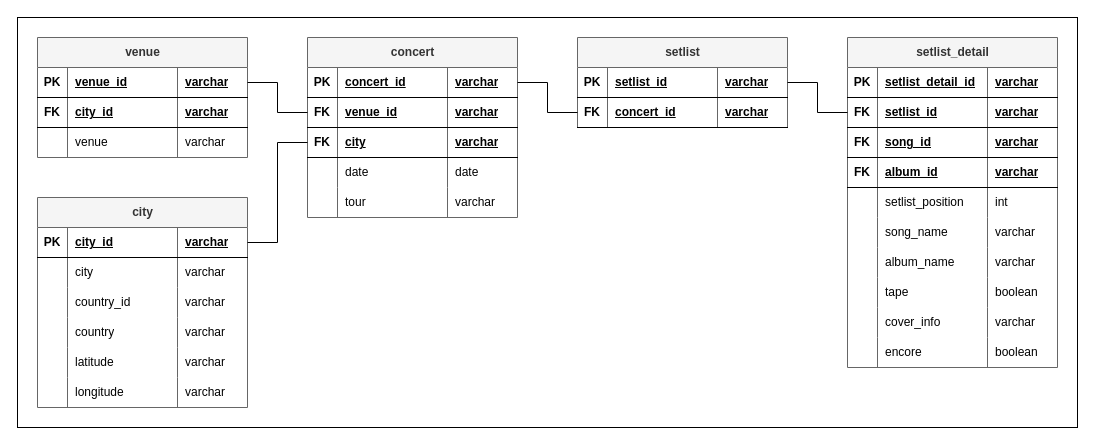
The draw.io diagram ER_diagram/im_concert_tracker_er_diagram.drawio in thomasjenny/im-concert-tracker, before the edit. Source tidied: cells renumbered, new cells numbered last; positions are measured from the earlier drawing's top-left corner, leaving out a move shared by most shapes. Both pictures are drawn from the tidied source at 100%, with x=0, y=0 at pixel (17, 17).
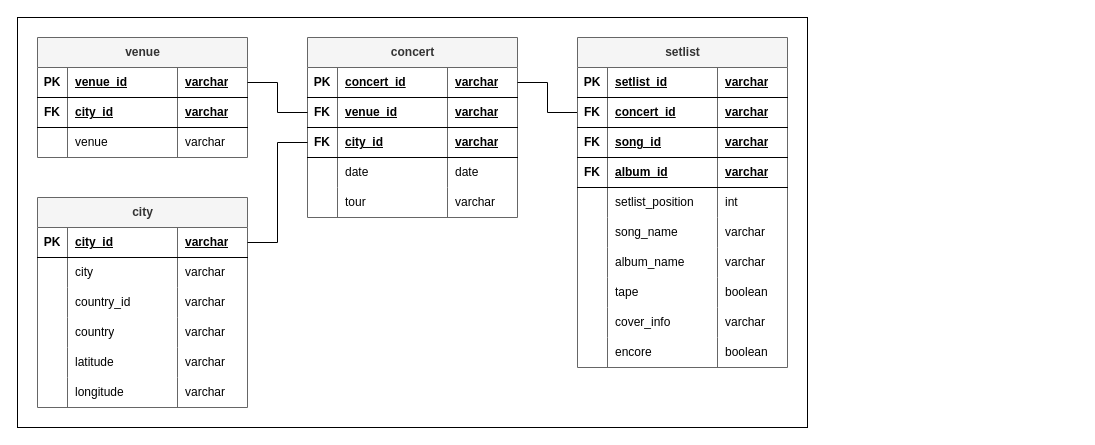
After the change.

Commit message (it also covers changes not shown here):
Adjust ER diagram

Unchanged cells that the change refers to:
```xml
<mxCell id="4" style="shape=tableRow;horizontal=0;startSize=0;swimlaneHead=0;swimlaneBody=0;fillColor=none;points=[[0,0.5],[1,0.5]];portConstraint=eastwest;top=0;left=0;right=0;bottom=1;" parent="3" vertex="1">
  <mxGeometry y="30" width="210" height="30" as="geometry" />
</mxCell>
<mxCell id="12" style="shape=tableRow;horizontal=0;startSize=0;swimlaneHead=0;swimlaneBody=0;fillColor=none;points=[[0,0.5],[1,0.5]];portConstraint=eastwest;top=0;left=0;right=0;bottom=1;" parent="3" vertex="1">
  <mxGeometry y="90" width="210" height="30" as="geometry" />
</mxCell>
<mxCell id="75" style="shape=tableRow;horizontal=0;startSize=0;swimlaneHead=0;swimlaneBody=0;fillColor=none;top=0;left=0;right=0;bottom=1;" parent="74" vertex="1">
  <mxGeometry y="30" width="210" height="30" as="geometry" />
</mxCell>
<mxCell id="79" style="shape=tableRow;horizontal=0;startSize=0;swimlaneHead=0;swimlaneBody=0;fillColor=none;points=[[0,0.5],[1,0.5]];portConstraint=eastwest;top=0;left=0;right=0;bottom=1;" parent="74" vertex="1">
  <mxGeometry y="60" width="210" height="30" as="geometry" />
</mxCell>
```

The edit, as a diff of the source:
```diff
@@
     <mxCell id="2" style="rounded=0;whiteSpace=wrap;html=1;" parent="1" vertex="1">
-      <mxGeometry width="1060" height="410" as="geometry" />
+      <mxGeometry width="790" height="410" as="geometry" />
     </mxCell>
@@
-    <mxCell id="14" value="city" style="shape=partialRectangle;fillColor=none;top=0;left=0;bottom=0;right=0;align=left;spacingLeft=6;fontStyle=5;overflow=hidden;whiteSpace=wrap;html=1;" parent="12" vertex="1">
+    <mxCell id="14" value="city_id" style="shape=partialRectangle;fillColor=none;top=0;left=0;bottom=0;right=0;align=left;spacingLeft=6;fontStyle=5;overflow=hidden;whiteSpace=wrap;html=1;" parent="12" vertex="1">
       <mxGeometry x="30" width="110" height="30" as="geometry" />
     </mxCell>
@@
-    <mxCell id="64" value="setlist" style="shape=table;startSize=30;childLayout=tableLayout;rowLines=0;fontStyle=1;align=center;html=1;swimlaneFillColor=#FFFFFF;fillColor=#f5f5f5;strokeColor=#666666;fontColor=#333333;" parent="1" vertex="1">
-      <mxGeometry x="560" y="20" width="210" height="90" as="geometry" />
-    </mxCell>
-    <mxCell id="65" style="shape=tableRow;horizontal=0;startSize=0;swimlaneHead=0;swimlaneBody=0;fillColor=none;points=[[0,0.5],[1,0.5]];portConstraint=eastwest;top=0;left=0;right=0;bottom=1;" parent="64" vertex="1">
-      <mxGeometry y="30" width="210" height="30" as="geometry" />
-    </mxCell>
-    <mxCell id="66" value="PK" style="shape=partialRectangle;fillColor=none;top=0;left=0;bottom=0;right=0;fontStyle=1;overflow=hidden;whiteSpace=wrap;html=1;" parent="65" vertex="1">
-      <mxGeometry width="30" height="30" as="geometry" />
-    </mxCell>
-    <mxCell id="67" value="setlist_id" style="shape=partialRectangle;fillColor=none;top=0;left=0;bottom=0;right=0;align=left;spacingLeft=6;fontStyle=5;overflow=hidden;whiteSpace=wrap;html=1;" parent="65" vertex="1">
-      <mxGeometry x="30" width="110" height="30" as="geometry" />
-    </mxCell>
-    <mxCell id="68" value="varchar" style="shape=partialRectangle;fillColor=none;top=0;left=0;bottom=0;right=0;align=left;spacingLeft=6;fontStyle=5;overflow=hidden;whiteSpace=wrap;html=1;" parent="65" vertex="1">
-      <mxGeometry x="140" width="70" height="30" as="geometry" />
-    </mxCell>
-    <mxCell id="69" style="shape=tableRow;horizontal=0;startSize=0;swimlaneHead=0;swimlaneBody=0;fillColor=none;points=[[0,0.5],[1,0.5]];portConstraint=eastwest;top=0;left=0;right=0;bottom=1;" parent="64" vertex="1">
-      <mxGeometry y="60" width="210" height="30" as="geometry" />
-    </mxCell>
-    <mxCell id="70" value="FK" style="shape=partialRectangle;fillColor=none;top=0;left=0;bottom=0;right=0;fontStyle=1;overflow=hidden;whiteSpace=wrap;html=1;" parent="69" vertex="1">
-      <mxGeometry width="30" height="30" as="geometry" />
-    </mxCell>
-    <mxCell id="71" value="concert_id" style="shape=partialRectangle;fillColor=none;top=0;left=0;bottom=0;right=0;align=left;spacingLeft=6;fontStyle=5;overflow=hidden;whiteSpace=wrap;html=1;" parent="69" vertex="1">
-      <mxGeometry x="30" width="110" height="30" as="geometry" />
-    </mxCell>
-    <mxCell id="72" value="varchar" style="shape=partialRectangle;fillColor=none;top=0;left=0;bottom=0;right=0;align=left;spacingLeft=6;fontStyle=5;overflow=hidden;whiteSpace=wrap;html=1;" parent="69" vertex="1">
-      <mxGeometry x="140" width="70" height="30" as="geometry" />
-    </mxCell>
-    <mxCell id="73" style="edgeStyle=orthogonalEdgeStyle;rounded=0;jettySize=auto;html=1;strokeColor=default;align=center;verticalAlign=middle;fontFamily=Helvetica;fontSize=11;fontColor=default;labelBackgroundColor=default;endArrow=none;endFill=0;" parent="1" edge="1" source="4" target="69">
+    <mxCell id="73" style="edgeStyle=orthogonalEdgeStyle;rounded=0;jettySize=auto;html=1;strokeColor=default;align=center;verticalAlign=middle;fontFamily=Helvetica;fontSize=11;fontColor=default;labelBackgroundColor=default;endArrow=none;endFill=0;entryX=0;entryY=0.5;entryDx=0;entryDy=0;" parent="1" edge="1" source="4" target="79">
       <mxGeometry relative="1" as="geometry" />
     </mxCell>
-    <mxCell id="74" value="setlist_detail" style="shape=table;startSize=30;childLayout=tableLayout;rowLines=0;fontStyle=1;align=center;html=1;swimlaneFillColor=#FFFFFF;fillColor=#f5f5f5;strokeColor=#666666;fontColor=#333333;" parent="1" vertex="1">
-      <mxGeometry x="830" y="20" width="210" height="330" as="geometry" />
+    <mxCell id="74" value="setlist" style="shape=table;startSize=30;childLayout=tableLayout;rowLines=0;fontStyle=1;align=center;html=1;swimlaneFillColor=#FFFFFF;fillColor=#f5f5f5;strokeColor=#666666;fontColor=#333333;" parent="1" vertex="1">
+      <mxGeometry x="560" y="20" width="210" height="330" as="geometry" />
     </mxCell>
@@
-    <mxCell id="77" value="setlist_detail_id" style="shape=partialRectangle;fillColor=none;top=0;left=0;bottom=0;right=0;align=left;spacingLeft=6;fontStyle=5;overflow=hidden;whiteSpace=wrap;html=1;" parent="75" vertex="1">
+    <mxCell id="77" value="setlist_id" style="shape=partialRectangle;fillColor=none;top=0;left=0;bottom=0;right=0;align=left;spacingLeft=6;fontStyle=5;overflow=hidden;whiteSpace=wrap;html=1;" parent="75" vertex="1">
       <mxGeometry x="30" width="110" height="30" as="geometry" />
     </mxCell>
@@
-    <mxCell id="81" value="setlist_id" style="shape=partialRectangle;fillColor=none;top=0;left=0;bottom=0;right=0;align=left;spacingLeft=6;fontStyle=5;overflow=hidden;whiteSpace=wrap;html=1;" parent="79" vertex="1">
+    <mxCell id="81" value="concert_id" style="shape=partialRectangle;fillColor=none;top=0;left=0;bottom=0;right=0;align=left;spacingLeft=6;fontStyle=5;overflow=hidden;whiteSpace=wrap;html=1;" parent="79" vertex="1">
       <mxGeometry x="30" width="110" height="30" as="geometry" />
     </mxCell>
@@
-    <mxCell id="115" style="edgeStyle=orthogonalEdgeStyle;rounded=0;jettySize=auto;html=1;entryX=0;entryY=0.5;entryDx=0;entryDy=0;strokeColor=default;align=center;verticalAlign=middle;fontFamily=Helvetica;fontSize=11;fontColor=default;labelBackgroundColor=default;endArrow=none;endFill=0;" parent="1" edge="1" source="65" target="79">
-      <mxGeometry relative="1" as="geometry" />
-    </mxCell>
```
